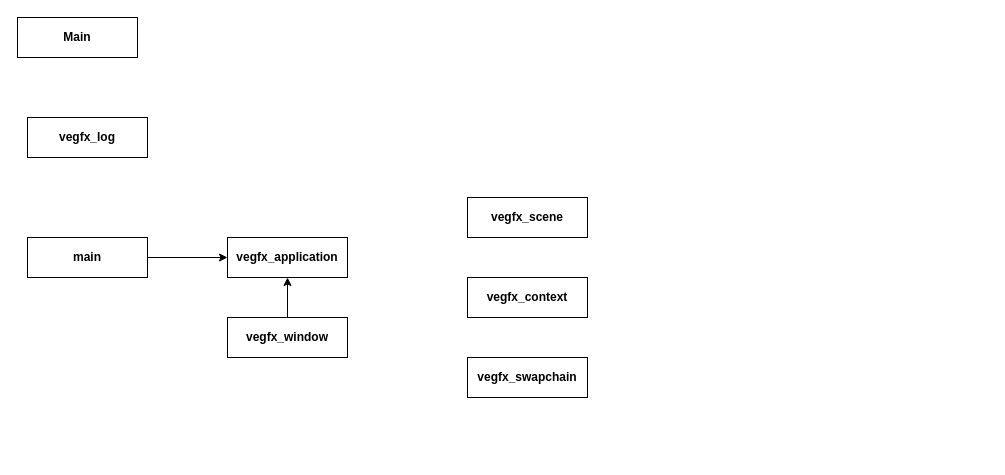
The draw.io diagram Arch.drawio in gusrlLee/vegfx, before the edit. Source tidied: cells renumbered, new cells numbered last; positions are measured from the earlier drawing's top-left corner, leaving out a move shared by most shapes. Both pictures are drawn from the tidied source at 100%, with x=0, y=0 at pixel (17, 17).
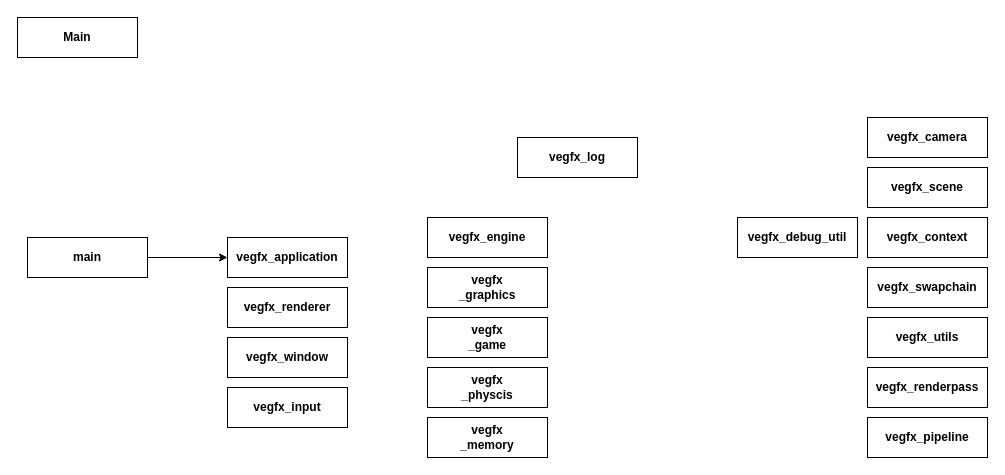
Above is the later version.

The change refers to these unchanged cells:
```xml
<mxCell id="5" value="vegfx_application" style="rounded=0;whiteSpace=wrap;html=1;fontStyle=1;" parent="1" vertex="1">
  <mxGeometry x="210" y="220" width="120" height="40" as="geometry" />
</mxCell>
```

What changed in the source:
```diff
@@
     <mxCell id="2" value="vegfx_swapchain" style="rounded=0;whiteSpace=wrap;html=1;fontStyle=1;" parent="1" vertex="1">
-      <mxGeometry x="450" y="340" width="120" height="40" as="geometry" />
+      <mxGeometry x="850" y="250" width="120" height="40" as="geometry" />
     </mxCell>
@@
-    <mxCell id="6" style="edgeStyle=none;html=1;" parent="1" edge="1" source="7" target="5">
-      <mxGeometry relative="1" as="geometry" />
-    </mxCell>
     <mxCell id="7" value="vegfx_window" style="rounded=0;whiteSpace=wrap;html=1;fontStyle=1;" parent="1" vertex="1">
-      <mxGeometry x="210" y="300" width="120" height="40" as="geometry" />
+      <mxGeometry x="210" y="320" width="120" height="40" as="geometry" />
     </mxCell>
     <mxCell id="8" value="vegfx_scene" style="rounded=0;whiteSpace=wrap;html=1;fontStyle=1;" parent="1" vertex="1">
-      <mxGeometry x="450" y="180" width="120" height="40" as="geometry" />
+      <mxGeometry x="850" y="150" width="120" height="40" as="geometry" />
     </mxCell>
     <mxCell id="9" value="vegfx_context" style="rounded=0;whiteSpace=wrap;html=1;fontStyle=1;" parent="1" vertex="1">
-      <mxGeometry x="450" y="260" width="120" height="40" as="geometry" />
+      <mxGeometry x="850" y="200" width="120" height="40" as="geometry" />
     </mxCell>
     <mxCell id="10" value="vegfx_log" style="rounded=0;whiteSpace=wrap;html=1;fontStyle=1;" parent="1" vertex="1">
-      <mxGeometry x="10" y="100" width="120" height="40" as="geometry" />
+      <mxGeometry x="500" y="120" width="120" height="40" as="geometry" />
     </mxCell>
@@
+    <mxCell id="12" value="vegfx_engine" style="rounded=0;whiteSpace=wrap;html=1;fontStyle=1;" parent="1" vertex="1">
+      <mxGeometry x="410" y="200" width="120" height="40" as="geometry" />
+    </mxCell>
+    <mxCell id="13" value="vegfx_renderer" style="rounded=0;whiteSpace=wrap;html=1;fontStyle=1;" parent="1" vertex="1">
+      <mxGeometry x="210" y="270" width="120" height="40" as="geometry" />
+    </mxCell>
+    <mxCell id="14" value="vegfx_utils" style="rounded=0;whiteSpace=wrap;html=1;fontStyle=1;" parent="1" vertex="1">
+      <mxGeometry x="850" y="300" width="120" height="40" as="geometry" />
+    </mxCell>
+    <mxCell id="15" value="vegfx&lt;br&gt;_graphics" style="rounded=0;whiteSpace=wrap;html=1;fontStyle=1;" parent="1" vertex="1">
+      <mxGeometry x="410" y="250" width="120" height="40" as="geometry" />
+    </mxCell>
+    <mxCell id="16" value="vegfx_input" style="rounded=0;whiteSpace=wrap;html=1;fontStyle=1;" parent="1" vertex="1">
+      <mxGeometry x="210" y="370" width="120" height="40" as="geometry" />
+    </mxCell>
+    <mxCell id="17" value="vegfx&lt;br&gt;_game" style="rounded=0;whiteSpace=wrap;html=1;fontStyle=1;" parent="1" vertex="1">
+      <mxGeometry x="410" y="300" width="120" height="40" as="geometry" />
+    </mxCell>
+    <mxCell id="18" value="vegfx&lt;br&gt;_physcis" style="rounded=0;whiteSpace=wrap;html=1;fontStyle=1;" parent="1" vertex="1">
+      <mxGeometry x="410" y="350" width="120" height="40" as="geometry" />
+    </mxCell>
+    <mxCell id="19" value="vegfx_renderpass" style="rounded=0;whiteSpace=wrap;html=1;fontStyle=1;" parent="1" vertex="1">
+      <mxGeometry x="850" y="350" width="120" height="40" as="geometry" />
+    </mxCell>
+    <mxCell id="20" value="vegfx&lt;br&gt;_memory" style="rounded=0;whiteSpace=wrap;html=1;fontStyle=1;" parent="1" vertex="1">
+      <mxGeometry x="410" y="400" width="120" height="40" as="geometry" />
+    </mxCell>
+    <mxCell id="21" value="vegfx_pipeline" style="rounded=0;whiteSpace=wrap;html=1;fontStyle=1;" parent="1" vertex="1">
+      <mxGeometry x="850" y="400" width="120" height="40" as="geometry" />
+    </mxCell>
+    <mxCell id="22" value="vegfx_camera" style="rounded=0;whiteSpace=wrap;html=1;fontStyle=1;" parent="1" vertex="1">
+      <mxGeometry x="850" y="100" width="120" height="40" as="geometry" />
+    </mxCell>
+    <mxCell id="23" value="vegfx_debug_util" style="rounded=0;whiteSpace=wrap;html=1;fontStyle=1;" parent="1" vertex="1">
+      <mxGeometry x="720" y="200" width="120" height="40" as="geometry" />
+    </mxCell>
```
